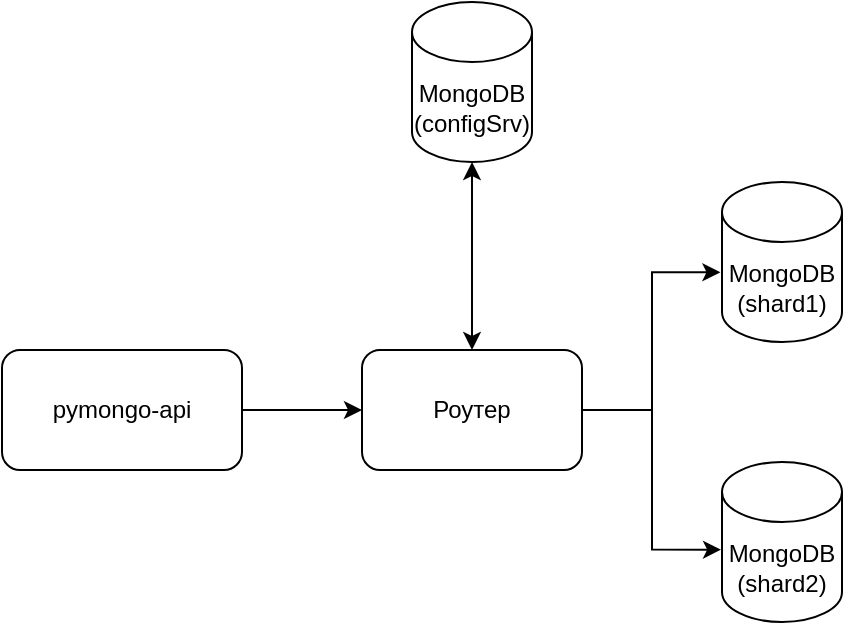
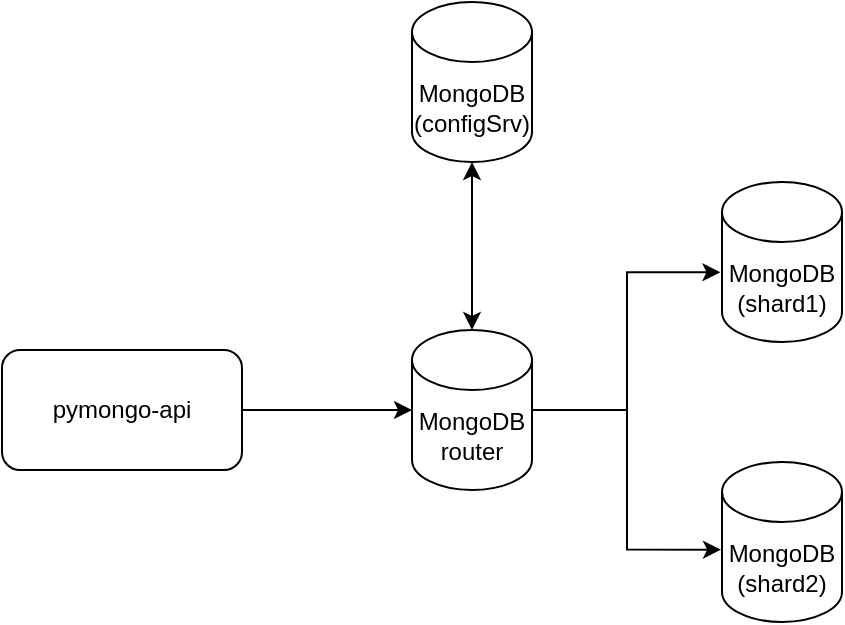
- <mxfile host="app.diagrams.net" agent="Mozilla/5.0 (Windows NT 10.0; Win64; x64; rv:147.0) Gecko/20100101 Firefox/147.0" version="29.4.0">
+ <mxfile host="drawio-plugin" agent="Mozilla/5.0 (X11; Linux x86_64) AppleWebKit/537.36 (KHTML, like Gecko) Chrome/137.0.0.0 Safari/537.36" modified="2026-02-24T18:43:55.236Z" version="22.1.22" etag="fcwY7MFIDKbOk6TrG6nB" type="embed">
  <diagram name="Page-1" id="-H_mtQnk-PTXWXPvYvuk">
-     <mxGraphModel dx="960" dy="542" grid="1" gridSize="10" guides="1" tooltips="1" connect="1" arrows="1" fold="1" page="1" pageScale="1" pageWidth="1169" pageHeight="827" math="0" shadow="0">
+     <mxGraphModel dx="999" dy="642" grid="1" gridSize="10" guides="1" tooltips="1" connect="1" arrows="1" fold="1" page="1" pageScale="1" pageWidth="1169" pageHeight="827" math="0" shadow="0">
      <root>
        <mxCell id="0" />
        <mxCell id="1" parent="0" />
-         <mxCell id="U0gfG2HtXfy_A-9axRyB-25" edge="1" parent="1" source="zA23MoTUsTF4_91t8viU-3" style="edgeStyle=orthogonalEdgeStyle;rounded=0;orthogonalLoop=1;jettySize=auto;html=1;exitX=1;exitY=0.5;exitDx=0;exitDy=0;entryX=0;entryY=0.5;entryDx=0;entryDy=0;" target="U0gfG2HtXfy_A-9axRyB-24">
+         <mxCell id="U0gfG2HtXfy_A-9axRyB-25" style="edgeStyle=orthogonalEdgeStyle;rounded=0;orthogonalLoop=1;jettySize=auto;html=1;exitX=1;exitY=0.5;exitDx=0;exitDy=0;entryX=0;entryY=0.5;entryDx=0;entryDy=0;entryPerimeter=0;" parent="1" source="zA23MoTUsTF4_91t8viU-3" target="2" edge="1">
          <mxGeometry relative="1" as="geometry" />
        </mxCell>
-         <mxCell id="zA23MoTUsTF4_91t8viU-3" parent="1" style="rounded=1;whiteSpace=wrap;html=1;" value="pymongo-api" vertex="1">
-           <mxGeometry height="60" width="120" x="130" y="354" as="geometry" />
+         <mxCell id="zA23MoTUsTF4_91t8viU-3" value="pymongo-api" style="rounded=1;whiteSpace=wrap;html=1;" parent="1" vertex="1">
+           <mxGeometry x="130" y="354" width="120" height="60" as="geometry" />
        </mxCell>
-         <mxCell id="U0gfG2HtXfy_A-9axRyB-13" parent="1" style="shape=cylinder3;whiteSpace=wrap;html=1;boundedLbl=1;backgroundOutline=1;size=15;" value="&lt;div&gt;MongoDB&lt;/div&gt;(shard1)" vertex="1">
-           <mxGeometry height="80" width="60" x="490" y="270" as="geometry" />
+         <mxCell id="U0gfG2HtXfy_A-9axRyB-13" value="&lt;div&gt;MongoDB&lt;/div&gt;(shard1)" style="shape=cylinder3;whiteSpace=wrap;html=1;boundedLbl=1;backgroundOutline=1;size=15;" parent="1" vertex="1">
+           <mxGeometry x="490" y="270" width="60" height="80" as="geometry" />
        </mxCell>
-         <mxCell id="U0gfG2HtXfy_A-9axRyB-23" parent="1" style="shape=cylinder3;whiteSpace=wrap;html=1;boundedLbl=1;backgroundOutline=1;size=15;" value="&lt;div&gt;MongoDB&lt;/div&gt;(configSrv)" vertex="1">
-           <mxGeometry height="80" width="60" x="335" y="180" as="geometry" />
+         <mxCell id="U0gfG2HtXfy_A-9axRyB-23" value="&lt;div&gt;MongoDB&lt;/div&gt;(configSrv)" style="shape=cylinder3;whiteSpace=wrap;html=1;boundedLbl=1;backgroundOutline=1;size=15;" parent="1" vertex="1">
+           <mxGeometry x="335" y="180" width="60" height="80" as="geometry" />
        </mxCell>
-         <mxCell id="U0gfG2HtXfy_A-9axRyB-27" edge="1" parent="1" source="U0gfG2HtXfy_A-9axRyB-24" style="edgeStyle=orthogonalEdgeStyle;rounded=0;orthogonalLoop=1;jettySize=auto;html=1;exitX=1;exitY=0.5;exitDx=0;exitDy=0;entryX=-0.008;entryY=0.548;entryDx=0;entryDy=0;entryPerimeter=0;" target="U0gfG2HtXfy_A-9axRyB-37">
+         <mxCell id="U0gfG2HtXfy_A-9axRyB-27" style="edgeStyle=orthogonalEdgeStyle;rounded=0;orthogonalLoop=1;jettySize=auto;html=1;exitX=1;exitY=0.5;exitDx=0;exitDy=0;entryX=-0.008;entryY=0.548;entryDx=0;entryDy=0;entryPerimeter=0;exitPerimeter=0;" parent="1" source="2" target="U0gfG2HtXfy_A-9axRyB-37" edge="1">
          <mxGeometry relative="1" as="geometry">
            <mxPoint x="467.6899999999998" y="431.4899999999999" as="targetPoint" />
          </mxGeometry>
        </mxCell>
-         <mxCell id="U0gfG2HtXfy_A-9axRyB-28" edge="1" parent="1" source="U0gfG2HtXfy_A-9axRyB-24" style="edgeStyle=orthogonalEdgeStyle;rounded=0;orthogonalLoop=1;jettySize=auto;html=1;exitX=1;exitY=0.5;exitDx=0;exitDy=0;entryX=-0.013;entryY=0.564;entryDx=0;entryDy=0;entryPerimeter=0;" target="U0gfG2HtXfy_A-9axRyB-13">
+         <mxCell id="U0gfG2HtXfy_A-9axRyB-28" style="edgeStyle=orthogonalEdgeStyle;rounded=0;orthogonalLoop=1;jettySize=auto;html=1;exitX=1;exitY=0.5;exitDx=0;exitDy=0;entryX=-0.013;entryY=0.564;entryDx=0;entryDy=0;entryPerimeter=0;exitPerimeter=0;" parent="1" source="2" target="U0gfG2HtXfy_A-9axRyB-13" edge="1">
          <mxGeometry relative="1" as="geometry">
            <mxPoint x="470" y="295" as="targetPoint" />
          </mxGeometry>
        </mxCell>
-         <mxCell id="U0gfG2HtXfy_A-9axRyB-24" parent="1" style="rounded=1;whiteSpace=wrap;html=1;rotation=0;" value="Роутер" vertex="1">
-           <mxGeometry height="60" width="110" x="310" y="354" as="geometry" />
-         </mxCell>
-         <mxCell id="U0gfG2HtXfy_A-9axRyB-30" edge="1" parent="1" source="U0gfG2HtXfy_A-9axRyB-24" style="edgeStyle=orthogonalEdgeStyle;rounded=0;orthogonalLoop=1;jettySize=auto;html=1;entryX=0.5;entryY=1;entryDx=0;entryDy=0;entryPerimeter=0;startArrow=classic;startFill=1;" target="U0gfG2HtXfy_A-9axRyB-23">
+         <mxCell id="U0gfG2HtXfy_A-9axRyB-30" style="edgeStyle=orthogonalEdgeStyle;rounded=0;orthogonalLoop=1;jettySize=auto;html=1;entryX=0.5;entryY=1;entryDx=0;entryDy=0;entryPerimeter=0;startArrow=classic;startFill=1;exitX=0.5;exitY=0;exitDx=0;exitDy=0;exitPerimeter=0;" parent="1" source="2" target="U0gfG2HtXfy_A-9axRyB-23" edge="1">
          <mxGeometry relative="1" as="geometry" />
        </mxCell>
-         <mxCell id="U0gfG2HtXfy_A-9axRyB-37" parent="1" style="shape=cylinder3;whiteSpace=wrap;html=1;boundedLbl=1;backgroundOutline=1;size=15;" value="&lt;div&gt;MongoDB&lt;/div&gt;(shard2)" vertex="1">
-           <mxGeometry height="80" width="60" x="490" y="410" as="geometry" />
+         <mxCell id="U0gfG2HtXfy_A-9axRyB-37" value="&lt;div&gt;MongoDB&lt;/div&gt;(shard2)" style="shape=cylinder3;whiteSpace=wrap;html=1;boundedLbl=1;backgroundOutline=1;size=15;" parent="1" vertex="1">
+           <mxGeometry x="490" y="410" width="60" height="80" as="geometry" />
+         </mxCell>
+         <mxCell id="2" value="&lt;div&gt;MongoDB&lt;/div&gt;router" style="shape=cylinder3;whiteSpace=wrap;html=1;boundedLbl=1;backgroundOutline=1;size=15;" vertex="1" parent="1">
+           <mxGeometry x="335" y="344" width="60" height="80" as="geometry" />
        </mxCell>
      </root>
    </mxGraphModel>
  </diagram>
</mxfile>
